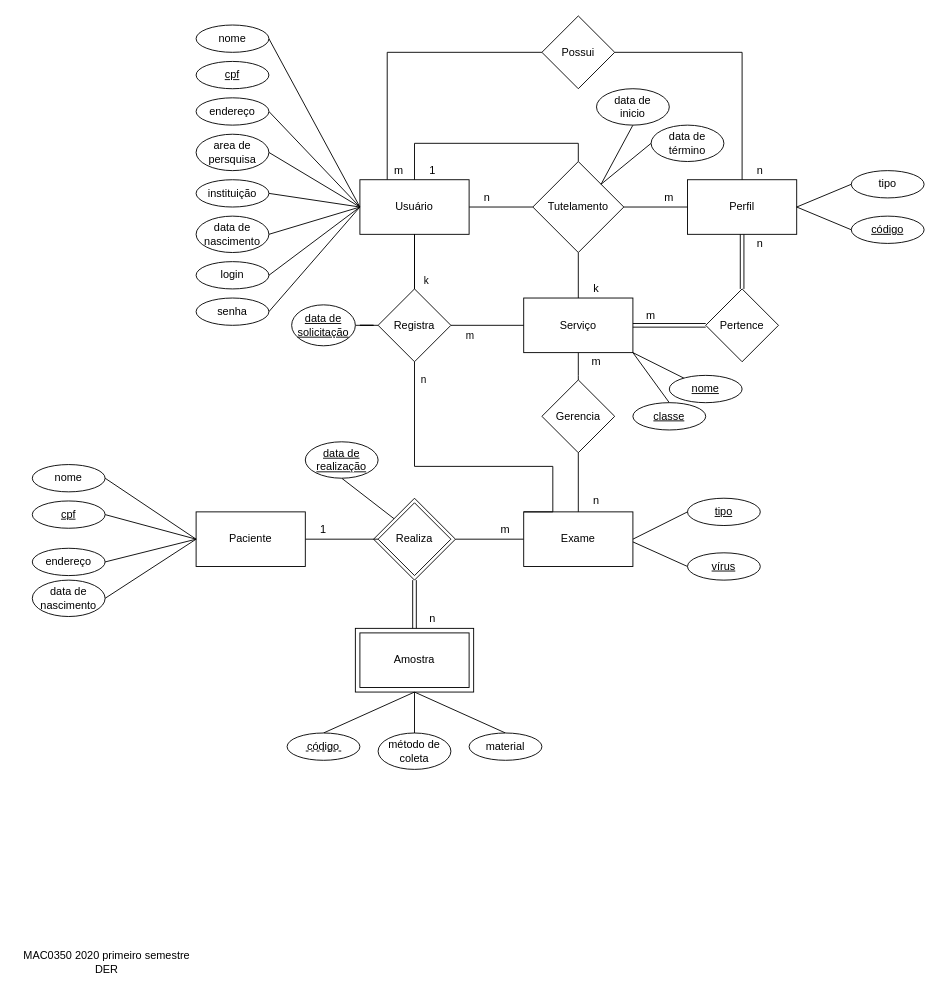
This is page "Conceitual" (1 of 2) of modelo.drawio from rodorgas/labjef, a draw.io file, before an edit. Source tidied: cells renumbered, new cells numbered last; positions are measured from the earlier drawing's top-left corner, leaving out a move shared by most shapes. Both pictures are drawn from the tidied source at 91%, with x=0, y=0 at pixel (15, 15).
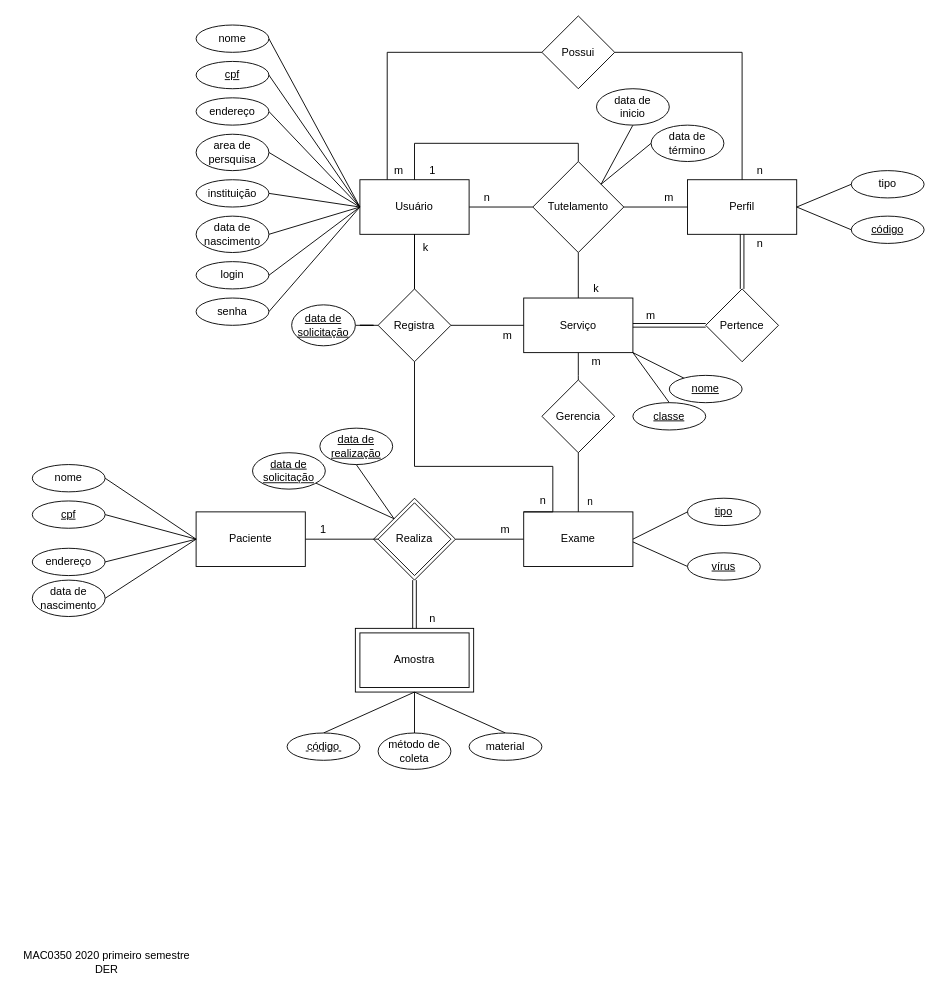
The same page after the edit.

Commit message (it also covers changes not shown here):
Update model to include data_de_solicitacao on realiza

Source: https://edisciplinas.usp.br/mod/forum/discuss.php?d=539746

Unchanged cells that the change refers to:
```xml
<mxCell id="5" style="rhombus;whiteSpace=wrap;html=1;" parent="1" vertex="1">
  <mxGeometry x="393" y="530" width="90" height="90" as="geometry" />
</mxCell>
<mxCell id="8" value="Usuário" style="rounded=0;whiteSpace=wrap;html=1;" parent="1" vertex="1">
  <mxGeometry x="378" y="180" width="120" height="60" as="geometry" />
</mxCell>
<mxCell id="35" style="edgeStyle=orthogonalEdgeStyle;rounded=0;jettySize=auto;html=1;exitX=0.5;exitY=1;exitDx=0;exitDy=0;entryX=0.5;entryY=0;entryDx=0;entryDy=0;endArrow=none;endFill=0;" parent="1" edge="1" source="36" target="31">
  <mxGeometry relative="1" as="geometry" />
</mxCell>
<mxCell id="39" value="&lt;u&gt;cpf&lt;/u&gt;" style="ellipse;whiteSpace=wrap;html=1;" parent="1" vertex="1">
  <mxGeometry x="198" y="50" width="80" height="30" as="geometry" />
</mxCell>
<mxCell id="90" style="edgeStyle=orthogonalEdgeStyle;rounded=0;jettySize=auto;html=1;endArrow=none;endFill=0;" parent="1" edge="1" source="97" target="8">
  <mxGeometry relative="1" as="geometry" />
</mxCell>
<mxCell id="92" style="edgeStyle=orthogonalEdgeStyle;rounded=0;jettySize=auto;html=1;entryX=0;entryY=0;entryDx=0;entryDy=0;endArrow=none;endFill=0;" parent="1" edge="1" source="97" target="31">
  <mxGeometry relative="1" as="geometry">
    <Array as="points">
      <mxPoint x="438" y="495" />
      <mxPoint x="590" y="495" />
      <mxPoint x="590" y="545" />
    </Array>
  </mxGeometry>
</mxCell>
<mxCell id="94" style="edgeStyle=orthogonalEdgeStyle;rounded=0;jettySize=auto;html=1;exitX=1;exitY=0.5;exitDx=0;exitDy=0;entryX=0;entryY=0.5;entryDx=0;entryDy=0;endArrow=none;endFill=0;" parent="1" edge="1" source="97" target="11">
  <mxGeometry relative="1" as="geometry" />
</mxCell>
```

The edit, as a diff of the source:
```diff
@@
+    <mxCell id="82" value="n" style="edgeLabel;html=1;align=center;verticalAlign=middle;" parent="35" vertex="1">
+      <mxGeometry x="0.14" y="1" relative="1" as="geometry">
+        <mxPoint x="11" y="16" as="offset" />
+      </mxGeometry>
+    </mxCell>
@@
+    <mxCell id="100" style="rounded=0;jettySize=auto;html=1;entryX=0;entryY=0.5;entryDx=0;entryDy=0;endArrow=none;endFill=0;exitX=1;exitY=0.5;exitDx=0;exitDy=0;" parent="1" edge="1" source="39" target="8">
+      <mxGeometry relative="1" as="geometry" />
+    </mxCell>
@@
     <mxCell id="74" value="&lt;u&gt;data de&lt;br&gt;realização&lt;/u&gt;" style="ellipse;whiteSpace=wrap;html=1;" parent="1" vertex="1">
-      <mxGeometry x="318" y="468" width="80" height="40" as="geometry" />
+      <mxGeometry x="334" y="453" width="80" height="40" as="geometry" />
     </mxCell>
@@
-    <mxCell id="82" value="n" style="text;html=1;strokeColor=none;fillColor=none;align=center;verticalAlign=middle;whiteSpace=wrap;rounded=0;" parent="1" vertex="1">
-      <mxGeometry x="618" y="523" width="40" height="20" as="geometry" />
-    </mxCell>
@@
-    <mxCell id="91" value="k" style="edgeLabel;html=1;align=center;verticalAlign=middle;" parent="90" vertex="1">
+    <mxCell id="91" value="&lt;font style=&quot;font-size: 12px&quot;&gt;k&lt;/font&gt;" style="edgeLabel;html=1;align=center;verticalAlign=middle;" parent="90" vertex="1">
       <mxGeometry x="-0.43" y="-1" relative="1" as="geometry">
-        <mxPoint x="11" y="7.2" as="offset" />
+        <mxPoint x="10" y="-29" as="offset" />
       </mxGeometry>
     </mxCell>
@@
-    <mxCell id="93" value="n" style="edgeLabel;html=1;align=center;verticalAlign=middle;" parent="92" vertex="1">
+    <mxCell id="93" value="&lt;font style=&quot;font-size: 12px&quot;&gt;n&lt;/font&gt;" style="edgeLabel;html=1;align=center;verticalAlign=middle;" parent="92" vertex="1">
       <mxGeometry x="-0.66" y="5" relative="1" as="geometry">
-        <mxPoint x="4" y="-40" as="offset" />
+        <mxPoint x="135" y="93.2" as="offset" />
       </mxGeometry>
     </mxCell>
@@
-    <mxCell id="95" value="m" style="edgeLabel;html=1;align=center;verticalAlign=middle;" parent="94" vertex="1">
+    <mxCell id="95" value="&lt;font style=&quot;font-size: 12px&quot;&gt;m&lt;/font&gt;" style="edgeLabel;html=1;align=center;verticalAlign=middle;" parent="94" vertex="1">
       <mxGeometry x="-0.55" y="-1" relative="1" as="geometry">
-        <mxPoint x="2" y="10" as="offset" />
+        <mxPoint x="43.9" y="10" as="offset" />
       </mxGeometry>
     </mxCell>
@@
+    <mxCell id="101" style="edgeStyle=none;rounded=0;jettySize=auto;html=1;entryX=0;entryY=0;entryDx=0;entryDy=0;endArrow=none;endFill=0;" parent="1" edge="1" source="102" target="5">
+      <mxGeometry relative="1" as="geometry" />
+    </mxCell>
+    <mxCell id="102" value="&lt;u&gt;data de&lt;br&gt;solicitação&lt;/u&gt;" style="ellipse;whiteSpace=wrap;html=1;" parent="1" vertex="1">
+      <mxGeometry x="260" y="480" width="80" height="40" as="geometry" />
+    </mxCell>
```
